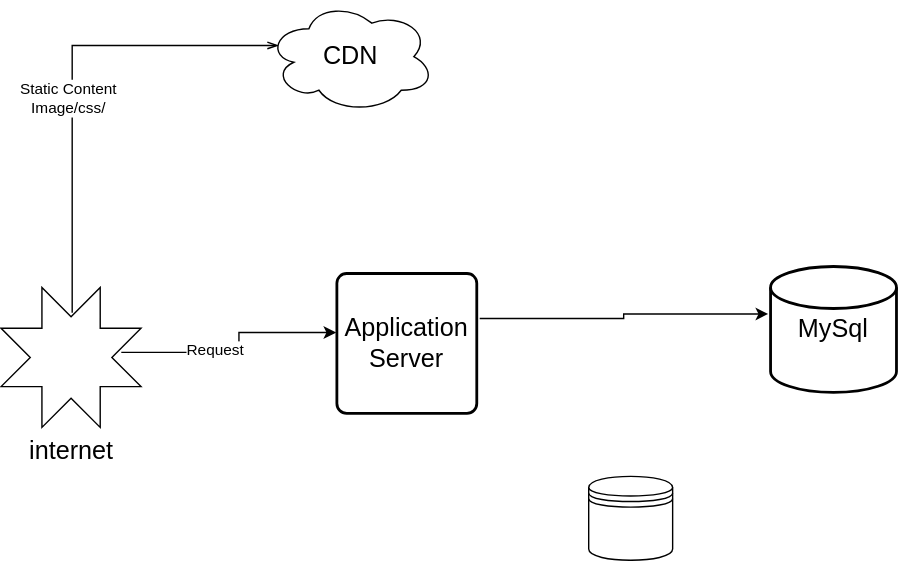
The draw.io diagram design/SystemDesignv1.svg in mgkyawmyotun/bluedit, before a commit. Source tidied: cells renumbered, new cells last; positions are measured from the earlier drawing's top-left corner, leaving out a move shared by most shapes. Source of this version:
```xml
<mxGraphModel>
  <root>
    <mxCell id="0" />
    <mxCell id="1" parent="0" />
    <mxCell id="2" value="MySql" style="strokeWidth=2;html=1;shape=mxgraph.flowchart.database;whiteSpace=wrap;fontSize=18;" parent="1" vertex="1">
      <mxGeometry x="550" y="190" width="90" height="90" as="geometry" />
    </mxCell>
    <mxCell id="3" style="edgeStyle=orthogonalEdgeStyle;rounded=0;jettySize=auto;html=1;entryX=-0.019;entryY=0.377;entryDx=0;entryDy=0;entryPerimeter=0;exitX=1.021;exitY=0.322;exitDx=0;exitDy=0;exitPerimeter=0;" parent="1" edge="1" source="10" target="2">
      <mxGeometry relative="1" as="geometry" />
    </mxCell>
    <mxCell id="4" style="edgeStyle=orthogonalEdgeStyle;rounded=0;jettySize=auto;html=1;exitX=0.859;exitY=0.464;exitDx=0;exitDy=0;exitPerimeter=0;entryX=-0.005;entryY=0.422;entryDx=0;entryDy=0;entryPerimeter=0;" parent="1" edge="1" source="8" target="10">
      <mxGeometry relative="1" as="geometry" />
    </mxCell>
    <mxCell id="5" value="Request&lt;br&gt;" style="edgeLabel;html=1;align=center;verticalAlign=middle;" parent="4" vertex="1">
      <mxGeometry x="-0.2" y="2" relative="1" as="geometry" />
    </mxCell>
    <mxCell id="6" style="edgeStyle=orthogonalEdgeStyle;rounded=0;jettySize=auto;html=1;entryX=0.508;entryY=0.18;entryDx=0;entryDy=0;endArrow=none;endFill=0;startArrow=openThin;startFill=0;entryPerimeter=0;exitX=0.07;exitY=0.4;exitDx=0;exitDy=0;exitPerimeter=0;" parent="1" edge="1" source="11" target="8">
      <mxGeometry relative="1" as="geometry" />
    </mxCell>
    <mxCell id="7" value="Static Content&lt;br&gt;Image/css/" style="edgeLabel;html=1;align=center;verticalAlign=middle;" parent="6" vertex="1">
      <mxGeometry x="-0.23" y="19" relative="1" as="geometry">
        <mxPoint x="-20" y="18" as="offset" />
      </mxGeometry>
    </mxCell>
    <mxCell id="8" value="internet&lt;br style=&quot;font-size: 18px;&quot;&gt;" style="verticalLabelPosition=bottom;verticalAlign=top;html=1;shape=mxgraph.basic.8_point_star;fontSize=18;" parent="1" vertex="1">
      <mxGeometry y="205" width="100" height="100" as="geometry" />
    </mxCell>
    <mxCell id="9" style="shape=datastore;whiteSpace=wrap;html=1;" parent="1" vertex="1">
      <mxGeometry x="420" y="340" width="60" height="60" as="geometry" />
    </mxCell>
    <mxCell id="10" value="Application Server&lt;br style=&quot;font-size: 18px;&quot;&gt;" style="rounded=1;whiteSpace=wrap;html=1;absoluteArcSize=1;arcSize=14;strokeWidth=2;fontSize=18;" parent="1" vertex="1">
      <mxGeometry x="240" y="195" width="100" height="100" as="geometry" />
    </mxCell>
    <mxCell id="11" value="CDN" style="ellipse;shape=cloud;whiteSpace=wrap;html=1;fontSize=18;" parent="1" vertex="1">
      <mxGeometry x="190" width="120" height="80" as="geometry" />
    </mxCell>
  </root>
</mxGraphModel>
```
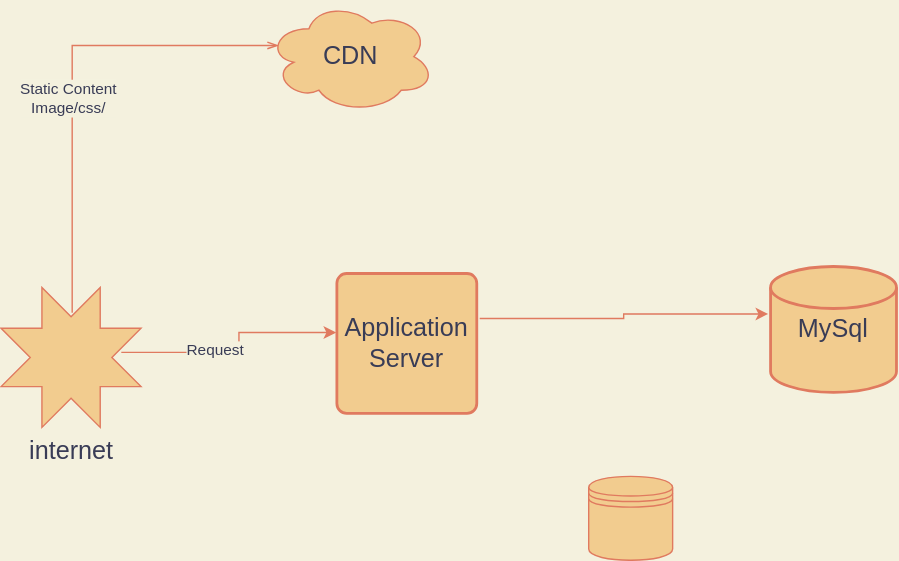
After the change.

What changed in the source:
```diff
@@ -1,37 +1,37 @@
-<mxGraphModel>
+<mxGraphModel background="#F4F1DE">
   <root>
     <mxCell id="0" />
     <mxCell id="1" parent="0" />
-    <mxCell id="2" value="MySql" style="strokeWidth=2;html=1;shape=mxgraph.flowchart.database;whiteSpace=wrap;fontSize=18;" parent="1" vertex="1">
+    <mxCell id="2" value="MySql" style="strokeWidth=2;html=1;shape=mxgraph.flowchart.database;whiteSpace=wrap;fontSize=18;fillColor=#F2CC8F;strokeColor=#E07A5F;fontColor=#393C56;" parent="1" vertex="1">
       <mxGeometry x="550" y="190" width="90" height="90" as="geometry" />
     </mxCell>
-    <mxCell id="3" style="edgeStyle=orthogonalEdgeStyle;rounded=0;jettySize=auto;html=1;entryX=-0.019;entryY=0.377;entryDx=0;entryDy=0;entryPerimeter=0;exitX=1.021;exitY=0.322;exitDx=0;exitDy=0;exitPerimeter=0;" parent="1" edge="1" source="10" target="2">
+    <mxCell id="3" style="edgeStyle=orthogonalEdgeStyle;rounded=0;jettySize=auto;html=1;entryX=-0.019;entryY=0.377;entryDx=0;entryDy=0;entryPerimeter=0;exitX=1.021;exitY=0.322;exitDx=0;exitDy=0;exitPerimeter=0;labelBackgroundColor=#F4F1DE;strokeColor=#E07A5F;fontColor=#393C56;" parent="1" edge="1" source="10" target="2">
       <mxGeometry relative="1" as="geometry" />
     </mxCell>
-    <mxCell id="4" style="edgeStyle=orthogonalEdgeStyle;rounded=0;jettySize=auto;html=1;exitX=0.859;exitY=0.464;exitDx=0;exitDy=0;exitPerimeter=0;entryX=-0.005;entryY=0.422;entryDx=0;entryDy=0;entryPerimeter=0;" parent="1" edge="1" source="8" target="10">
+    <mxCell id="4" style="edgeStyle=orthogonalEdgeStyle;rounded=0;jettySize=auto;html=1;exitX=0.859;exitY=0.464;exitDx=0;exitDy=0;exitPerimeter=0;entryX=-0.005;entryY=0.422;entryDx=0;entryDy=0;entryPerimeter=0;labelBackgroundColor=#F4F1DE;strokeColor=#E07A5F;fontColor=#393C56;" parent="1" edge="1" source="8" target="10">
       <mxGeometry relative="1" as="geometry" />
     </mxCell>
-    <mxCell id="5" value="Request&lt;br&gt;" style="edgeLabel;html=1;align=center;verticalAlign=middle;" parent="4" vertex="1">
+    <mxCell id="5" value="Request&lt;br&gt;" style="edgeLabel;html=1;align=center;verticalAlign=middle;labelBackgroundColor=#F4F1DE;fontColor=#393C56;" parent="4" vertex="1">
       <mxGeometry x="-0.2" y="2" relative="1" as="geometry" />
     </mxCell>
-    <mxCell id="6" style="edgeStyle=orthogonalEdgeStyle;rounded=0;jettySize=auto;html=1;entryX=0.508;entryY=0.18;entryDx=0;entryDy=0;endArrow=none;endFill=0;startArrow=openThin;startFill=0;entryPerimeter=0;exitX=0.07;exitY=0.4;exitDx=0;exitDy=0;exitPerimeter=0;" parent="1" edge="1" source="11" target="8">
+    <mxCell id="6" style="edgeStyle=orthogonalEdgeStyle;rounded=0;jettySize=auto;html=1;entryX=0.508;entryY=0.18;entryDx=0;entryDy=0;endArrow=none;endFill=0;startArrow=openThin;startFill=0;entryPerimeter=0;exitX=0.07;exitY=0.4;exitDx=0;exitDy=0;exitPerimeter=0;labelBackgroundColor=#F4F1DE;strokeColor=#E07A5F;fontColor=#393C56;" parent="1" edge="1" source="11" target="8">
       <mxGeometry relative="1" as="geometry" />
     </mxCell>
-    <mxCell id="7" value="Static Content&lt;br&gt;Image/css/" style="edgeLabel;html=1;align=center;verticalAlign=middle;" parent="6" vertex="1">
+    <mxCell id="7" value="Static Content&lt;br&gt;Image/css/" style="edgeLabel;html=1;align=center;verticalAlign=middle;labelBackgroundColor=#F4F1DE;fontColor=#393C56;" parent="6" vertex="1">
       <mxGeometry x="-0.23" y="19" relative="1" as="geometry">
         <mxPoint x="-20" y="18" as="offset" />
       </mxGeometry>
     </mxCell>
-    <mxCell id="8" value="internet&lt;br style=&quot;font-size: 18px;&quot;&gt;" style="verticalLabelPosition=bottom;verticalAlign=top;html=1;shape=mxgraph.basic.8_point_star;fontSize=18;" parent="1" vertex="1">
+    <mxCell id="8" value="internet&lt;br style=&quot;font-size: 18px;&quot;&gt;" style="verticalLabelPosition=bottom;verticalAlign=top;html=1;shape=mxgraph.basic.8_point_star;fontSize=18;fillColor=#F2CC8F;strokeColor=#E07A5F;fontColor=#393C56;" parent="1" vertex="1">
       <mxGeometry y="205" width="100" height="100" as="geometry" />
     </mxCell>
-    <mxCell id="9" style="shape=datastore;whiteSpace=wrap;html=1;" parent="1" vertex="1">
+    <mxCell id="9" style="shape=datastore;whiteSpace=wrap;html=1;fillColor=#F2CC8F;strokeColor=#E07A5F;fontColor=#393C56;" parent="1" vertex="1">
       <mxGeometry x="420" y="340" width="60" height="60" as="geometry" />
     </mxCell>
-    <mxCell id="10" value="Application Server&lt;br style=&quot;font-size: 18px;&quot;&gt;" style="rounded=1;whiteSpace=wrap;html=1;absoluteArcSize=1;arcSize=14;strokeWidth=2;fontSize=18;" parent="1" vertex="1">
+    <mxCell id="10" value="Application Server&lt;br style=&quot;font-size: 18px;&quot;&gt;" style="rounded=1;whiteSpace=wrap;html=1;absoluteArcSize=1;arcSize=14;strokeWidth=2;fontSize=18;fillColor=#F2CC8F;strokeColor=#E07A5F;fontColor=#393C56;" parent="1" vertex="1">
       <mxGeometry x="240" y="195" width="100" height="100" as="geometry" />
     </mxCell>
-    <mxCell id="11" value="CDN" style="ellipse;shape=cloud;whiteSpace=wrap;html=1;fontSize=18;" parent="1" vertex="1">
+    <mxCell id="11" value="CDN" style="ellipse;shape=cloud;whiteSpace=wrap;html=1;fontSize=18;fillColor=#F2CC8F;strokeColor=#E07A5F;fontColor=#393C56;" parent="1" vertex="1">
       <mxGeometry x="190" width="120" height="80" as="geometry" />
     </mxCell>
   </root>
```
